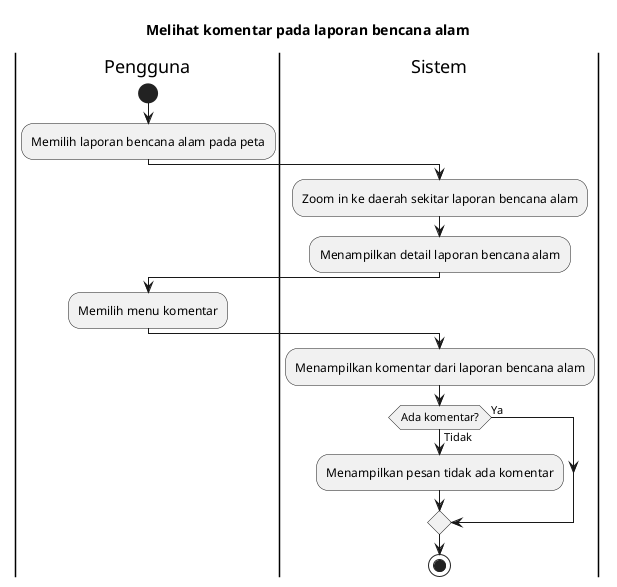
The PlantUML diagram export/Activity Diagrams/UC-MAP - Peta Bencana/UC-MAP-010 - Melihat komentar pada laporan bencana alam.png in bagusNA/appl-diagrams, before a commit.
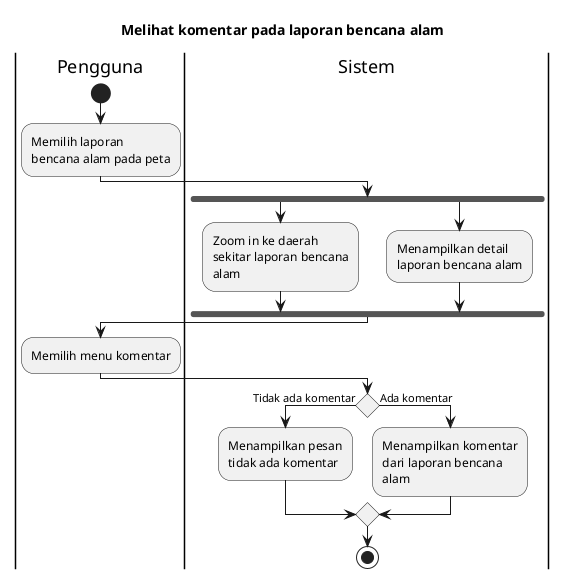
Later version of the same file.

The edit, as a diff of the source:
```diff
@@ -1,4 +1,6 @@
 @startuml
+skinparam wrapWidth 140
+
 title Melihat komentar pada laporan bencana alam
 
 |Pengguna|
@@ -6,18 +8,20 @@
 :Memilih laporan bencana alam pada peta;
 
 |Sistem|
-:Zoom in ke daerah sekitar laporan bencana alam;
-:Menampilkan detail laporan bencana alam;
+fork
+  :Zoom in ke daerah sekitar laporan bencana alam;
+fork again
+  :Menampilkan detail laporan bencana alam;
+endfork
 
 |Pengguna|
 :Memilih menu komentar;
 
 |Sistem|
-:Menampilkan komentar dari laporan bencana alam;
-
-if (Ada komentar?) then (Tidak)
+if () then (Tidak ada komentar)
   :Menampilkan pesan tidak ada komentar;
-else (Ya)
+else (Ada komentar)
+  :Menampilkan komentar dari laporan bencana alam;
 endif
 
 stop
```
